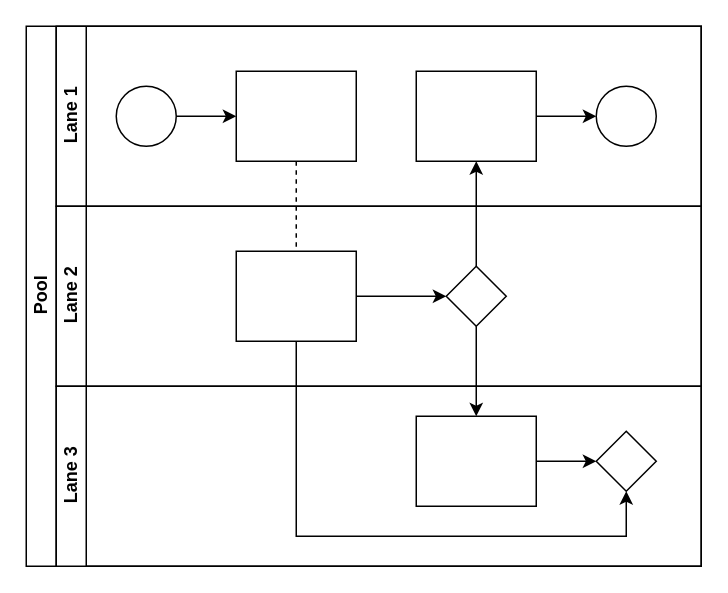
Before: MPG/10 - Intro/First Diagram.drawio in grabyc/MS, a draw.io diagram. Source tidied: cells renumbered, new cells numbered last; positions are measured from the earlier drawing's top-left corner, leaving out a move shared by most shapes. Both pictures are drawn from the tidied source at 150%, with x=0, y=0 at pixel (26, 26).
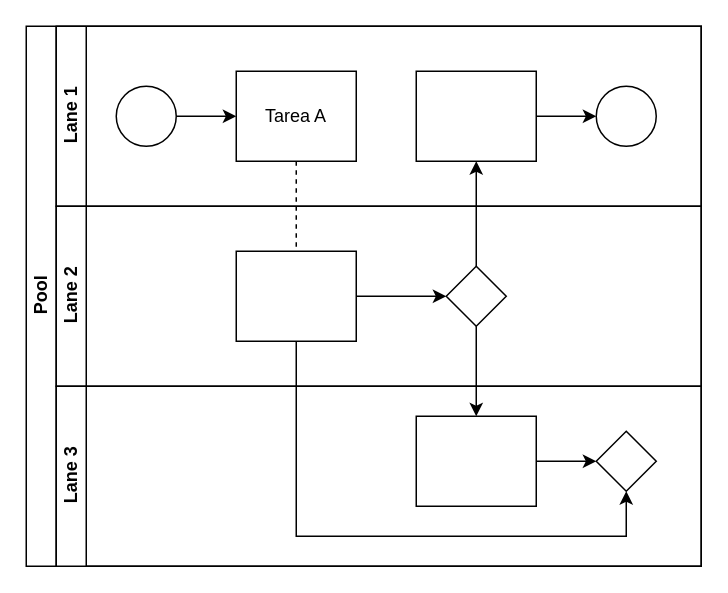
Above is the later version.

The change refers to these unchanged cells:
```xml
<mxCell id="7" value="Lane 1" style="swimlane;html=1;startSize=20;horizontal=0;" parent="2" vertex="1">
  <mxGeometry x="20" width="430" height="120" as="geometry" />
</mxCell>
```

Diff of the diagram source:
```diff
@@
-    <mxCell id="10" style="rounded=0;whiteSpace=wrap;html=1;fontFamily=Helvetica;fontSize=12;fontColor=#000000;align=center;" parent="7" vertex="1">
+    <mxCell id="10" value="Tarea A" style="rounded=0;whiteSpace=wrap;html=1;fontFamily=Helvetica;fontSize=12;fontColor=#000000;align=center;" parent="7" vertex="1">
       <mxGeometry x="120" y="30" width="80" height="60" as="geometry" />
     </mxCell>
```
